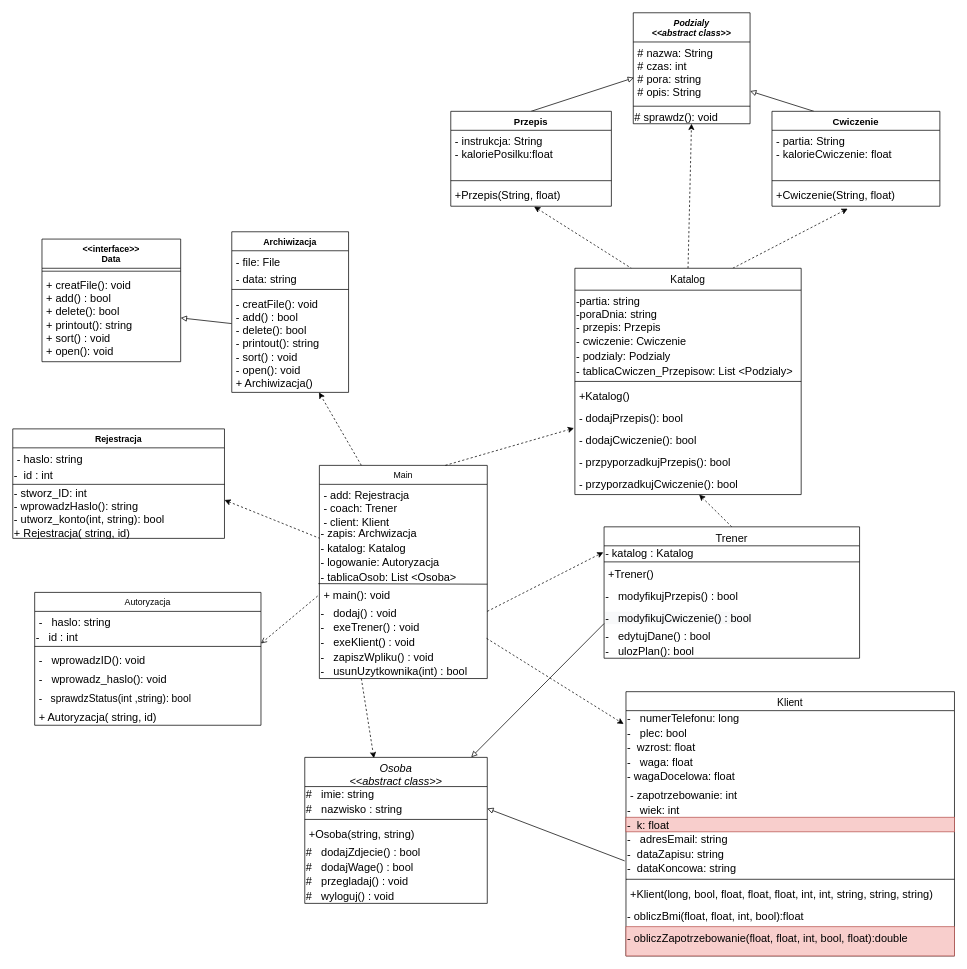
This is Untitled Diagram.drawio from szarl/Projekt-Programowanie-Obiektowe, a draw.io file, before an edit. Source tidied: cells renumbered, new cells numbered last; positions are measured from the earlier drawing's top-left corner, leaving out a move shared by most shapes. Both pictures are drawn from the tidied source at 73%, with x=0, y=0 at pixel (12, 12).
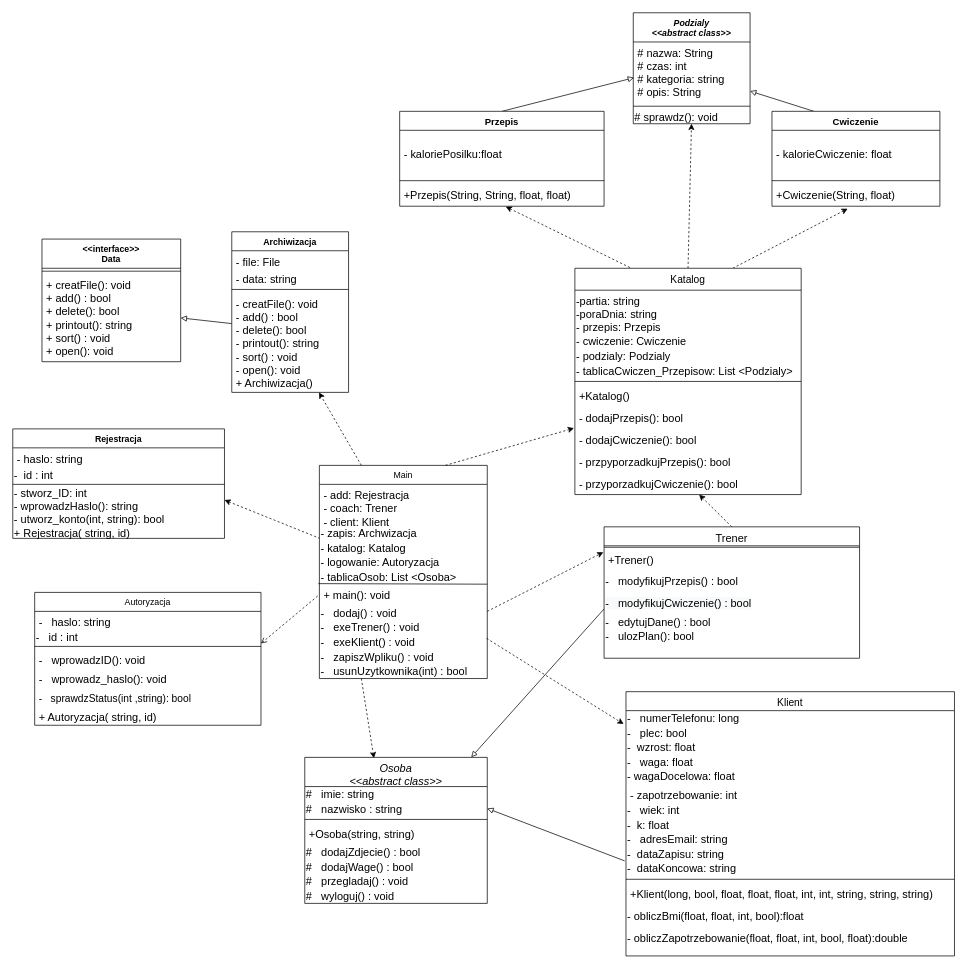
The same page after the edit.

The change refers to these unchanged cells:
```xml
<mxCell id="4" value="Trener" style="swimlane;fontStyle=0;align=center;verticalAlign=top;horizontal=1;startSize=26;rounded=0;shadow=0;strokeWidth=1;fontSize=15;" parent="1" vertex="1">
  <mxGeometry x="810" y="704.2" width="350" height="180" as="geometry" />
</mxCell>
<mxCell id="14" value="Cwiczenie" style="swimlane;fontStyle=1;align=center;verticalAlign=top;horizontal=1;startSize=26;fontSize=13;" parent="1" vertex="1">
  <mxGeometry x="1040" y="135" width="230" height="130" as="geometry" />
</mxCell>
<mxCell id="25" value="Klient" style="swimlane;fontStyle=0;align=center;verticalAlign=top;horizontal=1;startSize=26;rounded=0;shadow=0;strokeWidth=1;fontSize=14;" parent="1" vertex="1">
  <mxGeometry x="840" y="930" width="450" height="362" as="geometry" />
</mxCell>
<mxCell id="103" value="Podzialy&#10;&lt;&lt;abstract class&gt;&gt;" style="swimlane;fontStyle=3;align=center;verticalAlign=top;horizontal=1;startSize=40;" parent="1" vertex="1">
  <mxGeometry x="850" width="160" height="152" as="geometry" />
</mxCell>
```

The edit, as a diff of the source:
```diff
@@
-    <mxCell id="5" value="- katalog : Katalog" style="text;html=1;align=left;verticalAlign=middle;points=[];strokeColor=none;fontSize=15;" parent="4" vertex="1">
-      <mxGeometry y="26" width="350" height="20" as="geometry" />
-    </mxCell>
     <mxCell id="6" style="line;html=1;strokeWidth=1;align=left;verticalAlign=middle;spacingTop=-1;spacingLeft=3;spacingRight=3;labelPosition=right;" parent="4" vertex="1">
-      <mxGeometry y="46" width="350" height="4" as="geometry" />
+      <mxGeometry y="26" width="350" height="4" as="geometry" />
     </mxCell>
     <mxCell id="7" value="+Trener()" style="text;align=left;verticalAlign=top;spacingLeft=4;spacingRight=4;overflow=hidden;fontSize=15;" parent="4" vertex="1">
-      <mxGeometry y="50" width="350" height="30" as="geometry" />
+      <mxGeometry y="30" width="350" height="30" as="geometry" />
     </mxCell>
     <mxCell id="8" value="-&amp;nbsp; &amp;nbsp;modyfikujPrzepis() : bool" style="text;whiteSpace=wrap;html=1;fontSize=15;" parent="4" vertex="1">
-      <mxGeometry y="80" width="350" height="30" as="geometry" />
+      <mxGeometry y="60" width="350" height="30" as="geometry" />
     </mxCell>
     <mxCell id="9" value="&lt;span style=&quot;color: rgb(0 , 0 , 0) ; font-family: &amp;#34;helvetica&amp;#34; ; font-size: 15px ; font-style: normal ; font-weight: 400 ; letter-spacing: normal ; text-align: left ; text-indent: 0px ; text-transform: none ; word-spacing: 0px ; background-color: rgb(248 , 249 , 250) ; display: inline ; float: none&quot;&gt;-&amp;nbsp; &amp;nbsp;modyfikujCwiczenie() : bool&lt;/span&gt;" style="text;whiteSpace=wrap;html=1;" parent="4" vertex="1">
-      <mxGeometry y="110" width="350" height="30" as="geometry" />
+      <mxGeometry y="90" width="350" height="30" as="geometry" />
     </mxCell>
     <mxCell id="10" value="-&amp;nbsp; &amp;nbsp;edytujDane() : bool" style="text;html=1;align=left;verticalAlign=middle;strokeColor=none;fontSize=15;" parent="4" vertex="1">
-      <mxGeometry y="140" width="350" height="20" as="geometry" />
+      <mxGeometry y="120" width="350" height="20" as="geometry" />
     </mxCell>
     <mxCell id="11" value="-&amp;nbsp; &amp;nbsp;ulozPlan(): bool" style="text;html=1;align=left;verticalAlign=middle;strokeColor=none;fontSize=15;" parent="4" vertex="1">
-      <mxGeometry y="160" width="350" height="20" as="geometry" />
+      <mxGeometry y="140" width="350" height="20" as="geometry" />
     </mxCell>
@@
-    <mxCell id="15" value="- partia: String&#10;- kalorieCwiczenie: float" style="text;strokeColor=none;fillColor=none;align=left;verticalAlign=top;spacingLeft=4;spacingRight=4;overflow=hidden;fontSize=15;" parent="14" vertex="1">
+    <mxCell id="15" value="&#10;- kalorieCwiczenie: float" style="text;strokeColor=none;fillColor=none;align=left;verticalAlign=top;spacingLeft=4;spacingRight=4;overflow=hidden;fontSize=15;" parent="14" vertex="1">
       <mxGeometry y="26" width="230" height="64" as="geometry" />
     </mxCell>
@@
     <mxCell id="20" value="Przepis" style="swimlane;fontStyle=1;align=center;verticalAlign=top;horizontal=1;startSize=26;fontSize=13;" parent="1" vertex="1">
-      <mxGeometry x="600" y="135" width="220" height="130" as="geometry" />
+      <mxGeometry x="530" y="135" width="280" height="130" as="geometry" />
     </mxCell>
-    <mxCell id="21" value="- instrukcja: String&#10;- kaloriePosilku:float&#10;" style="text;align=left;verticalAlign=top;spacingLeft=4;spacingRight=4;overflow=hidden;fontSize=15;" parent="20" vertex="1">
-      <mxGeometry y="26" width="220" height="64" as="geometry" />
+    <mxCell id="21" value="&#10;- kaloriePosilku:float&#10;" style="text;align=left;verticalAlign=top;spacingLeft=4;spacingRight=4;overflow=hidden;fontSize=15;" parent="20" vertex="1">
+      <mxGeometry y="26" width="280" height="64" as="geometry" />
     </mxCell>
     <mxCell id="22" style="line;strokeWidth=1;fillColor=none;align=left;verticalAlign=middle;spacingTop=-1;spacingLeft=3;spacingRight=3;labelPosition=right;" parent="20" vertex="1">
-      <mxGeometry y="90" width="220" height="10" as="geometry" />
+      <mxGeometry y="90" width="280" height="10" as="geometry" />
     </mxCell>
-    <mxCell id="23" value="+Przepis(String, float)" style="text;align=left;verticalAlign=top;spacingLeft=4;spacingRight=4;overflow=hidden;points=[[0,0.5],[1,0.5]];portConstraint=eastwest;fontSize=15;" parent="20" vertex="1">
-      <mxGeometry y="100" width="220" height="30" as="geometry" />
+    <mxCell id="23" value="+Przepis(String, String, float, float)" style="text;align=left;verticalAlign=top;spacingLeft=4;spacingRight=4;overflow=hidden;points=[[0,0.5],[1,0.5]];portConstraint=eastwest;fontSize=15;" parent="20" vertex="1">
+      <mxGeometry y="100" width="280" height="30" as="geometry" />
     </mxCell>
@@
-    <mxCell id="33" value="-  k: float" style="text;align=left;verticalAlign=middle;spacingLeft=0;spacingRight=0;overflow=hidden;rounded=0;shadow=0;html=0;fontSize=15;fillColor=#f8cecc;strokeColor=#b85450;" parent="25" vertex="1">
+    <mxCell id="33" value="-  k: float" style="text;align=left;verticalAlign=middle;spacingLeft=0;spacingRight=0;overflow=hidden;rounded=0;shadow=0;html=0;fontSize=15;" parent="25" vertex="1">
       <mxGeometry y="172" width="450" height="20" as="geometry" />
     </mxCell>
@@
-    <mxCell id="40" value="- obliczZapotrzebowanie(float, float, int, bool, float):double" style="text;whiteSpace=wrap;html=1;fontSize=15;fillColor=#f8cecc;strokeColor=#b85450;" parent="25" vertex="1">
+    <mxCell id="40" value="- obliczZapotrzebowanie(float, float, int, bool, float):double" style="text;whiteSpace=wrap;html=1;fontSize=15;" parent="25" vertex="1">
       <mxGeometry y="322" width="450" height="40" as="geometry" />
     </mxCell>
@@
-    <mxCell id="91" style="edgeStyle=none;rounded=0;jettySize=auto;html=1;exitX=1;exitY=0.5;exitDx=0;exitDy=0;entryX=-0.003;entryY=0.441;entryDx=0;entryDy=0;entryPerimeter=0;dashed=1;endArrow=classic;endFill=1;startArrow=none;startFill=0;" parent="1" edge="1" target="5">
+    <mxCell id="91" style="edgeStyle=none;rounded=0;orthogonalLoop=1;jettySize=auto;html=1;exitX=1;exitY=0.5;exitDx=0;exitDy=0;entryX=-0.003;entryY=0.441;entryDx=0;entryDy=0;entryPerimeter=0;dashed=1;endArrow=classic;endFill=1;startArrow=none;startFill=0;" parent="1" edge="1">
       <mxGeometry relative="1" as="geometry">
         <mxPoint x="650" y="820" as="sourcePoint" />
+        <mxPoint x="809" y="739" as="targetPoint" />
       </mxGeometry>
     </mxCell>
@@
-    <mxCell id="104" value="# nazwa: String&#10;# czas: int&#10;# pora: string&#10;# opis: String" style="text;align=left;verticalAlign=top;spacingLeft=4;spacingRight=4;overflow=hidden;points=[[0,0.5],[1,0.5]];portConstraint=eastwest;fontSize=15;" parent="103" vertex="1">
+    <mxCell id="104" value="# nazwa: String&#10;# czas: int&#10;# kategoria: string&#10;# opis: String" style="text;align=left;verticalAlign=top;spacingLeft=4;spacingRight=4;overflow=hidden;points=[[0,0.5],[1,0.5]];portConstraint=eastwest;fontSize=15;" parent="103" vertex="1">
       <mxGeometry y="40" width="160" height="84" as="geometry" />
     </mxCell>
```
